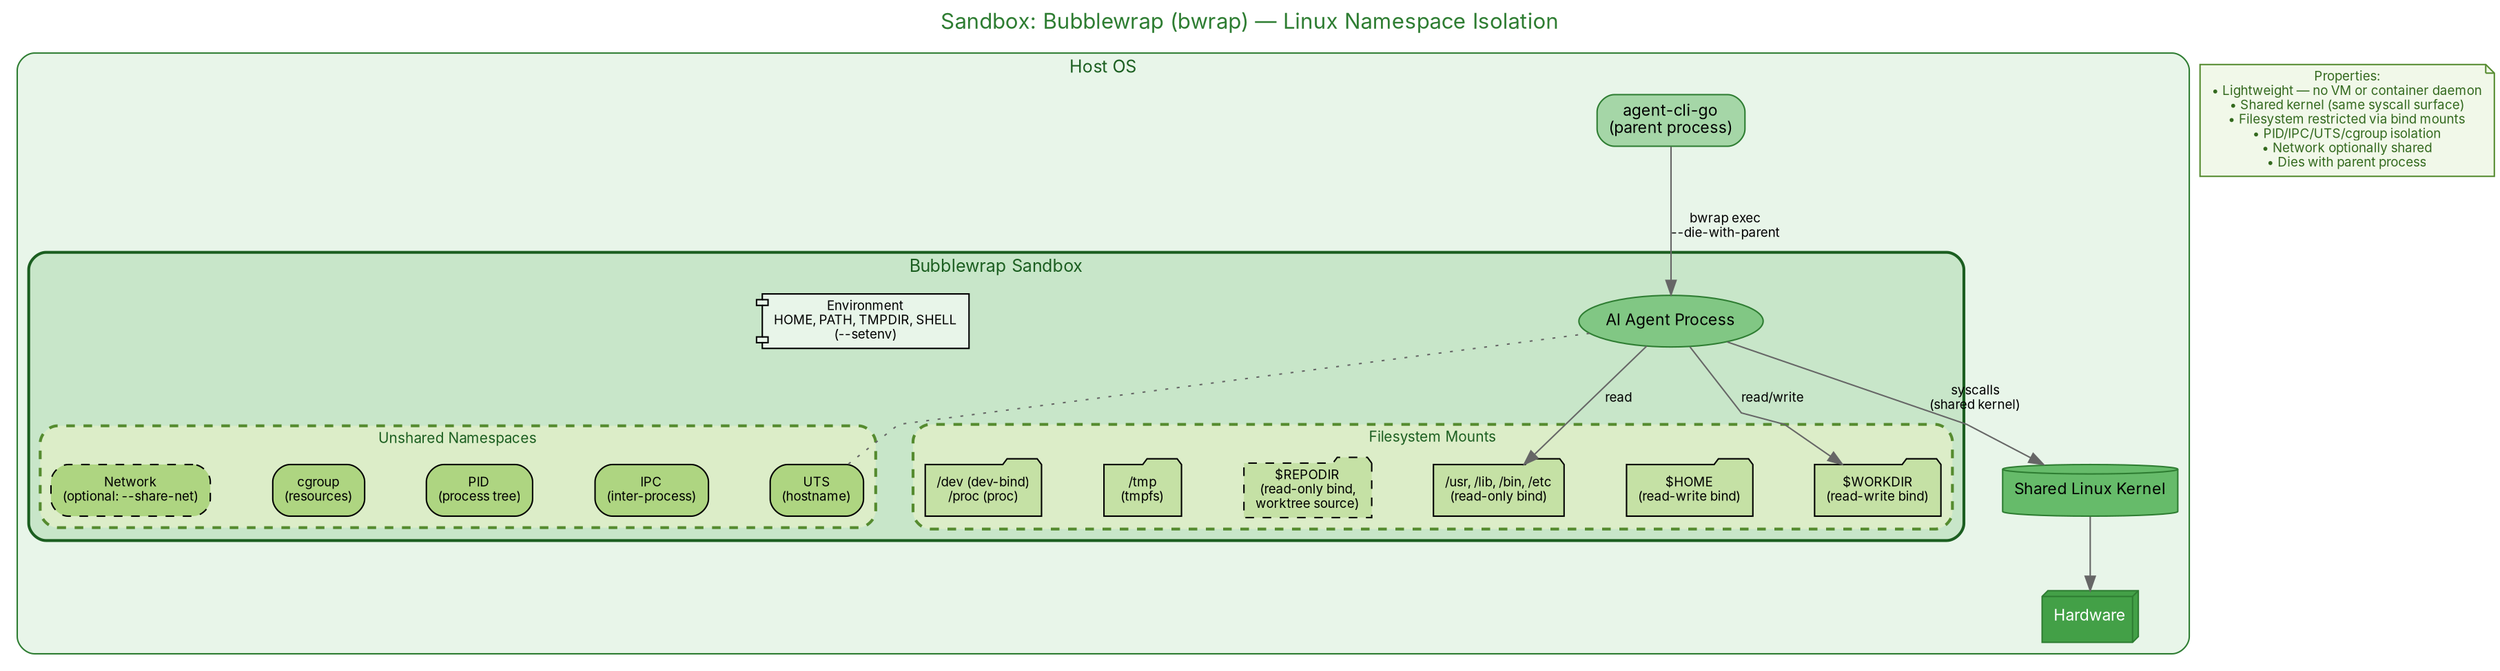
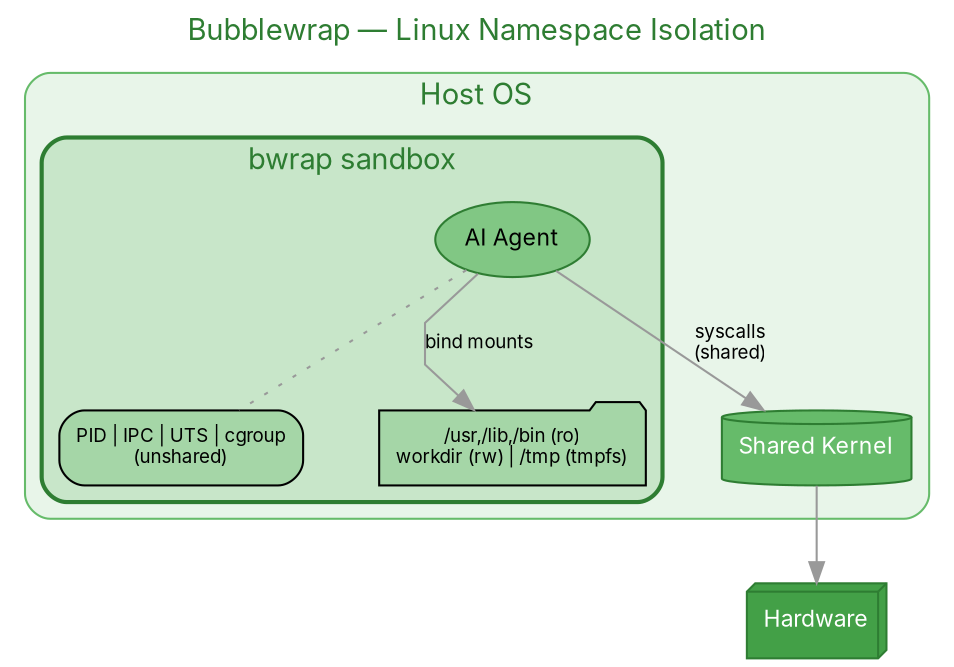
digraph SandboxBwrap {
  rankdir=TB;
-   compound=true;
  splines=polyline;
-   nodesep=0.6;
-   ranksep=0.7;
+   nodesep=0.5;
+   ranksep=0.6;
  bgcolor="white";

  node [shape=box, style="rounded,filled", fontname="Inter,Helvetica,Arial", fontsize=11];
-   edge [fontname="Inter,Helvetica,Arial", fontsize=9, color="#666666"];
+   edge [fontname="Inter,Helvetica,Arial", fontsize=9, color="#999999"];

-   label="Sandbox: Bubblewrap (bwrap) — Linux Namespace Isolation";
+   label="Bubblewrap — Linux Namespace Isolation";
  labelloc=t;
-   fontsize=15;
+   fontsize=14;
  fontname="Inter,Helvetica,Arial";
  fontcolor="#2e7d32";

  subgraph cluster_host {
    label="Host OS";
    style="rounded,filled";
    fillcolor="#e8f5e9";
-     color="#2e7d32";
-     fontcolor="#1b5e20";
-     fontsize=12;
- 
-     agent_cli [label="agent-cli-go\n(parent process)", fillcolor="#a5d6a7", color="#2e7d32"];
+     color="#66bb6a";

    subgraph cluster_sandbox {
-       label="Bubblewrap Sandbox";
+       label="bwrap sandbox";
      style="rounded,bold,filled";
      fillcolor="#c8e6c9";
-       color="#1b5e20";
-       fontcolor="#1b5e20";
-       fontsize=12;
+       color="#2e7d32";
      penwidth=2;

-       subgraph cluster_namespaces {
-         label="Unshared Namespaces";
-         style="rounded,dashed,filled";
-         fillcolor="#dcedc8";
-         color="#558b2f";
-         fontsize=10;
- 
-         ns_uts [label="UTS\n(hostname)", fillcolor="#aed581", fontsize=9];
-         ns_ipc [label="IPC\n(inter-process)", fillcolor="#aed581", fontsize=9];
-         ns_pid [label="PID\n(process tree)", fillcolor="#aed581", fontsize=9];
-         ns_cgroup [label="cgroup\n(resources)", fillcolor="#aed581", fontsize=9];
-         ns_net [label="Network\n(optional: --share-net)", fillcolor="#aed581", fontsize=9, style="rounded,filled,dashed"];
-       }
- 
-       agent [label="AI Agent Process", fillcolor="#81c784", color="#2e7d32", shape=ellipse];
- 
-       subgraph cluster_mounts {
-         label="Filesystem Mounts";
-         style="rounded,dashed,filled";
-         fillcolor="#dcedc8";
-         color="#558b2f";
-         fontsize=10;
- 
-         ro_sys [label="/usr, /lib, /bin, /etc\n(read-only bind)", fillcolor="#c5e1a5", fontsize=9, shape=folder];
-         rw_home [label="$HOME\n(read-write bind)", fillcolor="#c5e1a5", fontsize=9, shape=folder];
-         rw_work [label="$WORKDIR\n(read-write bind)", fillcolor="#c5e1a5", fontsize=9, shape=folder];
-         ro_repo [label="$REPODIR\n(read-only bind,\nworktree source)", fillcolor="#c5e1a5", fontsize=9, shape=folder, style="rounded,filled,dashed"];
-         tmpfs [label="/tmp\n(tmpfs)", fillcolor="#c5e1a5", fontsize=9, shape=folder];
-         dev [label="/dev (dev-bind)\n/proc (proc)", fillcolor="#c5e1a5", fontsize=9, shape=folder];
-       }
- 
-       env [label="Environment\nHOME, PATH, TMPDIR, SHELL\n(--setenv)", fillcolor="#e8f5e9", fontsize=9, shape=component];
+       agent [label="AI Agent", fillcolor="#81c784", color="#2e7d32", shape=ellipse];
+       ns [label="PID | IPC | UTS | cgroup\n(unshared)", fillcolor="#a5d6a7", fontsize=9];
+       mounts [label="/usr,/lib,/bin (ro)\nworkdir (rw) | /tmp (tmpfs)", fillcolor="#a5d6a7", fontsize=9, shape=folder];
    }

-     kernel [label="Shared Linux Kernel", fillcolor="#66bb6a", color="#2e7d32", shape=cylinder];
-     hw [label="Hardware", fillcolor="#43a047", fontcolor=white, color="#2e7d32", shape=box3d];
+     kernel [label="Shared Kernel", fillcolor="#66bb6a", color="#2e7d32", shape=cylinder, fontcolor=white];
  }

-   agent_cli -> agent [label="bwrap exec\n--die-with-parent"];
-   agent -> ns_uts [style=dotted, arrowhead=none];
-   agent -> ro_sys [label="read"];
-   agent -> rw_work [label="read/write"];
-   agent -> kernel [label="syscalls\n(shared kernel)"];
+   hw [label="Hardware", fillcolor="#43a047", fontcolor=white, color="#2e7d32", shape=box3d];
+ 
+   agent -> ns [style=dotted, arrowhead=none];
+   agent -> mounts [label="bind mounts"];
+   agent -> kernel [label="syscalls\n(shared)"];
  kernel -> hw;
- 
-   // Properties
-   props [label="Properties:\n• Lightweight — no VM or container daemon\n• Shared kernel (same syscall surface)\n• Filesystem restricted via bind mounts\n• PID/IPC/UTS/cgroup isolation\n• Network optionally shared\n• Dies with parent process", shape=note, fillcolor="#f1f8e9", color="#558b2f", fontsize=9, fontcolor="#33691e"];
}
